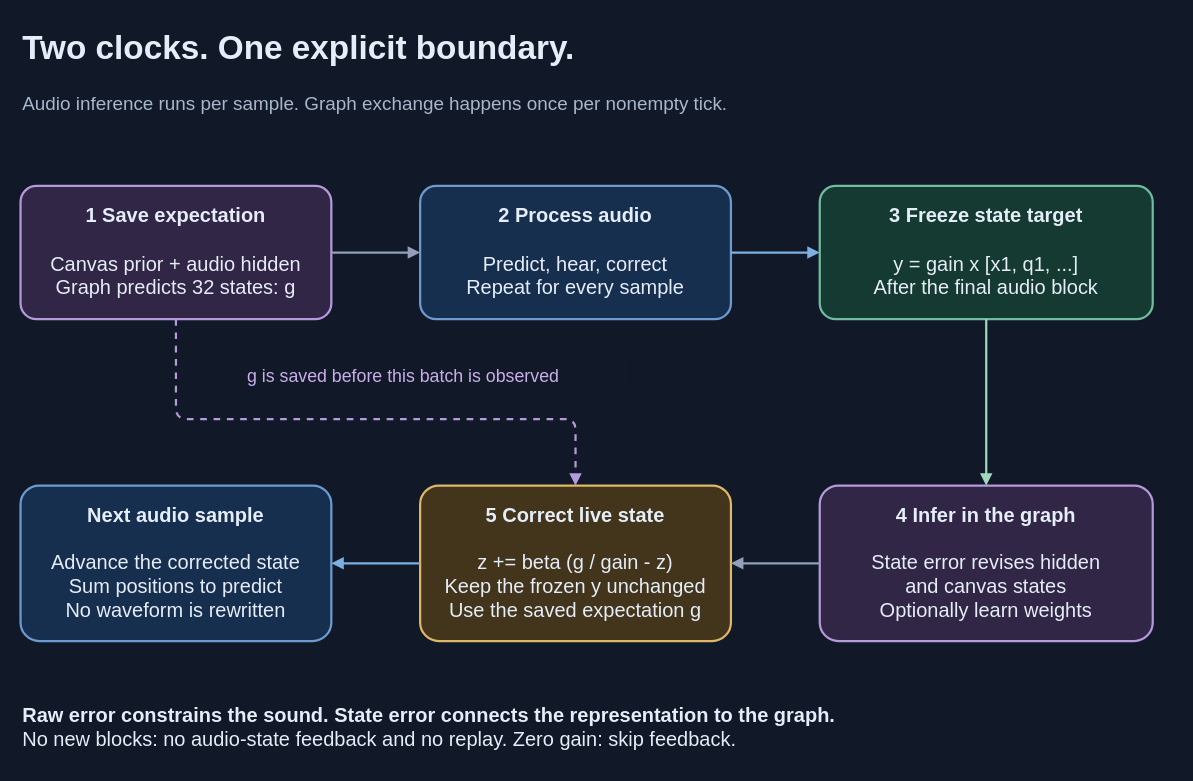
Earlier version of the draw.io diagram page "Graph boundary" (2 of 3) of docs/cochlea/cochlea.drawio (EternalGoldenBraid/AudioViz). Source tidied: cells renumbered, new cells numbered last; positions are measured from the earlier drawing's top-left corner, leaving out a move shared by most shapes. Both pictures are drawn from the tidied source at 111%, with x=0, y=0 at pixel (20, 19).
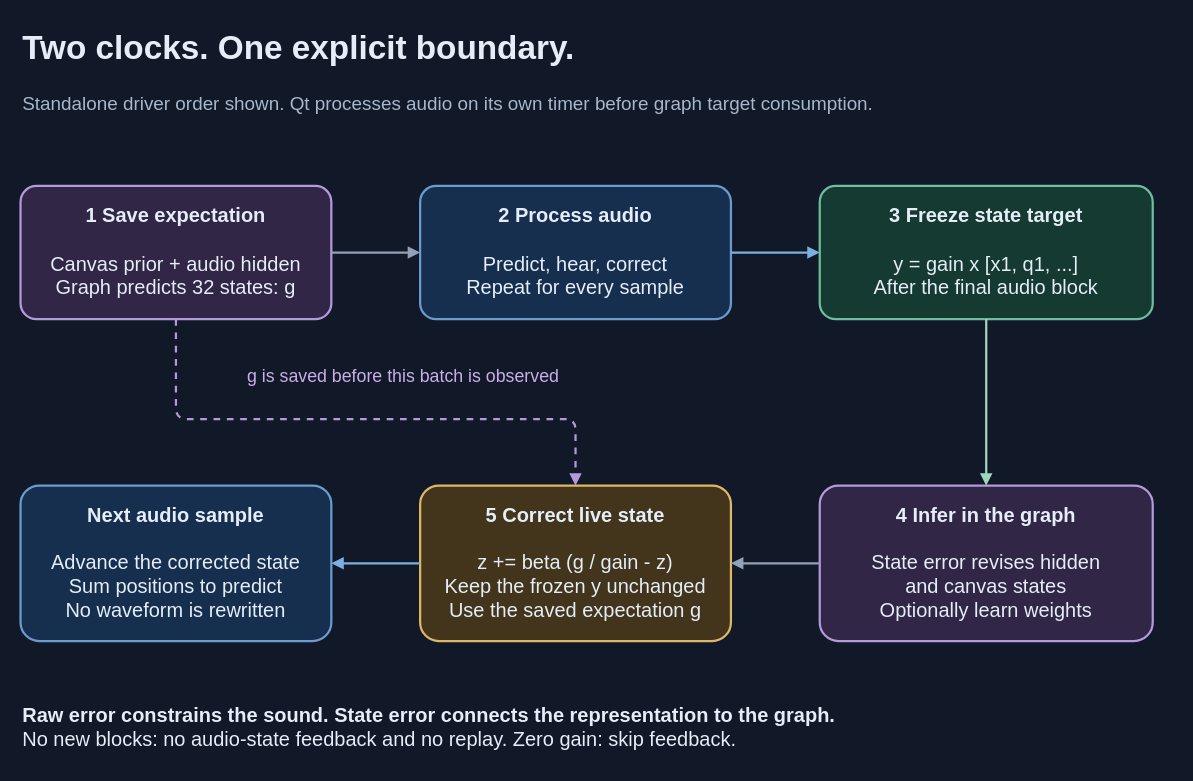
The same diagram, later.

Commit message (it also covers changes not shown here):
docs: show shared audio views and aligned dark history plots

What changed in the source:
```diff
@@
 <mxGraphModel background="#111827">
   <root>
     <mxCell id="0" />
     <mxCell id="1" parent="0" />
     <mxCell id="2" value="Two clocks. One explicit boundary." style="text;html=1;whiteSpace=wrap;align=left;verticalAlign=middle;fontSize=30;fontStyle=1;fontColor=#e5edf8;strokeColor=none;fillColor=none;" parent="1" vertex="1">
       <mxGeometry width="1040" height="50" as="geometry" />
     </mxCell>
-    <mxCell id="3" value="Audio inference runs per sample. Graph exchange happens once per nonempty tick." style="text;html=1;whiteSpace=wrap;align=left;fontSize=17;fontColor=#a8b7cc;strokeColor=none;fillColor=none;" parent="1" vertex="1">
+    <mxCell id="3" value="Standalone driver order shown. Qt processes audio on its own timer before graph target consumption." style="text;html=1;whiteSpace=wrap;align=left;fontSize=17;fontColor=#a8b7cc;strokeColor=none;fillColor=none;" parent="1" vertex="1">
       <mxGeometry y="60" width="1040" height="40" as="geometry" />
     </mxCell>
     <mxCell id="4" value="&lt;b&gt;1  Save expectation&lt;/b&gt;&lt;br&gt;&lt;br&gt;Canvas prior + audio hidden&lt;br&gt;Graph predicts 32 states: g" style="rounded=1;arcSize=12;whiteSpace=wrap;html=1;fillColor=#322646;strokeColor=#b59adb;strokeWidth=2;fontSize=18;fontColor=#e5edf8;" parent="1" vertex="1">
       <mxGeometry y="150" width="280" height="120" as="geometry" />
     </mxCell>
     <mxCell id="5" value="&lt;b&gt;2  Process audio&lt;/b&gt;&lt;br&gt;&lt;br&gt;Predict, hear, correct&lt;br&gt;Repeat for every sample" style="rounded=1;arcSize=12;whiteSpace=wrap;html=1;fillColor=#172f4f;strokeColor=#6c9bcf;strokeWidth=2;fontSize=18;fontColor=#e5edf8;" parent="1" vertex="1">
       <mxGeometry x="360" y="150" width="280" height="120" as="geometry" />
     </mxCell>
     <mxCell id="6" value="&lt;b&gt;3  Freeze state target&lt;/b&gt;&lt;br&gt;&lt;br&gt;y = gain x [x1, q1, ...]&lt;br&gt;After the final audio block" style="rounded=1;arcSize=12;whiteSpace=wrap;html=1;fillColor=#153a31;strokeColor=#6fbc9e;strokeWidth=2;fontSize=18;fontColor=#e5edf8;" parent="1" vertex="1">
       <mxGeometry x="720" y="150" width="300" height="120" as="geometry" />
     </mxCell>
     <mxCell id="7" value="&lt;b&gt;4  Infer in the graph&lt;/b&gt;&lt;br&gt;&lt;br&gt;State error revises hidden&lt;br&gt;and canvas states&lt;br&gt;Optionally learn weights" style="rounded=1;arcSize=12;whiteSpace=wrap;html=1;fillColor=#322646;strokeColor=#b59adb;strokeWidth=2;fontSize=18;fontColor=#e5edf8;" parent="1" vertex="1">
       <mxGeometry x="720" y="420" width="300" height="140" as="geometry" />
     </mxCell>
     <mxCell id="8" value="&lt;b&gt;5  Correct live state&lt;/b&gt;&lt;br&gt;&lt;br&gt;z += beta (g / gain - z)&lt;br&gt;Keep the frozen y unchanged&lt;br&gt;Use the saved expectation g" style="rounded=1;arcSize=12;whiteSpace=wrap;html=1;fillColor=#42351b;strokeColor=#dfb768;strokeWidth=2;fontSize=18;fontColor=#e5edf8;" parent="1" vertex="1">
       <mxGeometry x="360" y="420" width="280" height="140" as="geometry" />
     </mxCell>
     <mxCell id="9" value="&lt;b&gt;Next audio sample&lt;/b&gt;&lt;br&gt;&lt;br&gt;Advance the corrected state&lt;br&gt;Sum positions to predict&lt;br&gt;No waveform is rewritten" style="rounded=1;arcSize=12;whiteSpace=wrap;html=1;fillColor=#172f4f;strokeColor=#6c9bcf;strokeWidth=2;fontSize=18;fontColor=#e5edf8;" parent="1" vertex="1">
       <mxGeometry y="420" width="280" height="140" as="geometry" />
     </mxCell>
     <mxCell id="10" value="g is saved before this batch is observed" style="text;html=1;whiteSpace=wrap;align=center;fontSize=16;fontColor=#c9afe9;strokeColor=none;fillColor=#111827;" parent="1" vertex="1">
       <mxGeometry x="140" y="305" width="410" height="30" as="geometry" />
     </mxCell>
     <mxCell id="11" value="&lt;b&gt;Raw error constrains the sound. State error connects the representation to the graph.&lt;/b&gt;&lt;br&gt;No new blocks: no audio-state feedback and no replay. Zero gain: skip feedback." style="text;html=1;whiteSpace=wrap;align=left;fontSize=18;fontColor=#e5edf8;strokeColor=none;fillColor=none;" parent="1" vertex="1">
       <mxGeometry y="610" width="1040" height="60" as="geometry" />
     </mxCell>
     <mxCell id="12" style="edgeStyle=orthogonalEdgeStyle;html=1;endArrow=block;strokeWidth=2;strokeColor=#91a1b8;" parent="1" edge="1" source="4" target="5">
       <mxGeometry relative="1" as="geometry" />
     </mxCell>
     <mxCell id="13" style="edgeStyle=orthogonalEdgeStyle;html=1;endArrow=block;strokeWidth=2;strokeColor=#7dafdf;" parent="1" edge="1" source="5" target="6">
       <mxGeometry relative="1" as="geometry" />
     </mxCell>
     <mxCell id="14" style="edgeStyle=orthogonalEdgeStyle;html=1;endArrow=block;strokeWidth=2;strokeColor=#a1d7be;exitX=0.5;exitY=1;entryX=0.5;entryY=0;" parent="1" edge="1" source="6" target="7">
       <mxGeometry relative="1" as="geometry" />
     </mxCell>
     <mxCell id="15" style="edgeStyle=orthogonalEdgeStyle;html=1;endArrow=block;strokeWidth=2;strokeColor=#91a1b8;" parent="1" edge="1" source="7" target="8">
       <mxGeometry relative="1" as="geometry" />
     </mxCell>
     <mxCell id="16" style="edgeStyle=orthogonalEdgeStyle;html=1;endArrow=block;strokeWidth=2;strokeColor=#7dafdf;" parent="1" edge="1" source="8" target="9">
       <mxGeometry relative="1" as="geometry" />
     </mxCell>
     <mxCell id="17" style="edgeStyle=orthogonalEdgeStyle;html=1;endArrow=block;strokeWidth=2;strokeColor=#b59adb;dashed=1;exitX=0.5;exitY=1;entryX=0.5;entryY=0;" parent="1" edge="1" source="4" target="8">
       <mxGeometry relative="1" as="geometry">
         <Array as="points">
           <mxPoint x="140" y="360" />
           <mxPoint x="500" y="360" />
         </Array>
       </mxGeometry>
     </mxCell>
   </root>
 </mxGraphModel>
```
